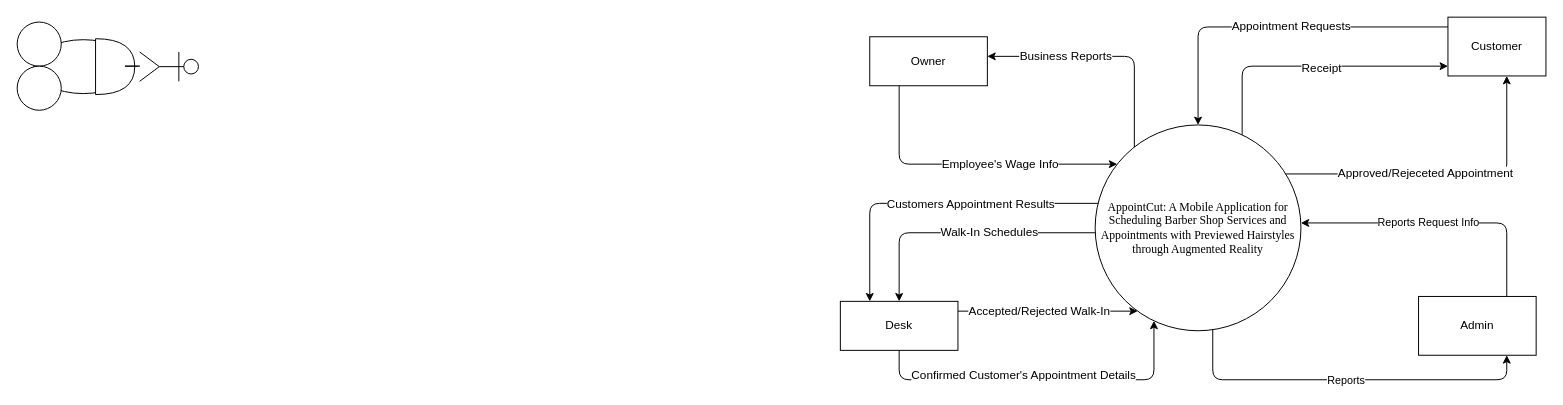
iampotato16/AppointCut keeps this draw.io diagram as page "CFD" (1 of 2) of Diagrams/Context.drawio. Above is the earlier version. Source tidied: cells renumbered, new cells numbered last; positions are measured from the earlier drawing's top-left corner, leaving out a move shared by most shapes. Both pictures are drawn from the tidied source at 98%, with x=0, y=0 at pixel (17, 17).
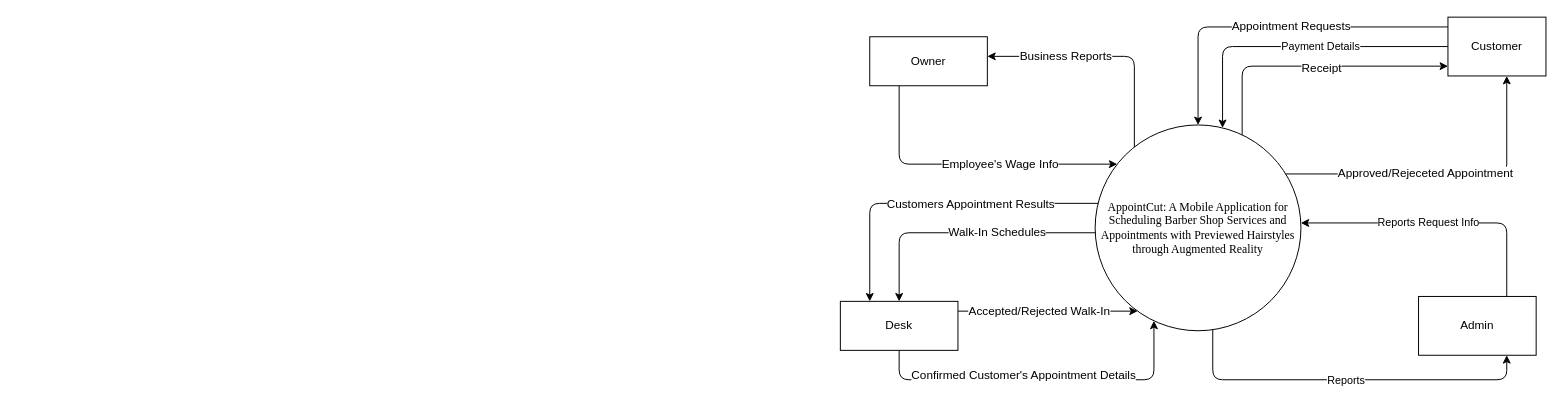
Above is the later version.

Unchanged cells that the change refers to:
```xml
<mxCell id="4" value="&lt;font style=&quot;font-size: 12px&quot;&gt;&lt;span style=&quot;font-family: &amp;quot;times new roman&amp;quot;; background-color: transparent; font-style: normal; font-variant: normal; text-decoration: none; vertical-align: baseline;&quot; id=&quot;docs-internal-guid-279cb4f7-7fff-44b1-516b-acc277abbe0b&quot;&gt;AppointCut: A Mobile Application for Scheduling Barber Shop Services and Appointments with Previewed Hairstyles through Augmented Reality&lt;/span&gt;&lt;/font&gt;" style="ellipse;whiteSpace=wrap;html=1;fillColor=default;strokeColor=default;fontColor=default;" parent="1" vertex="1">
  <mxGeometry x="1100" y="110" width="210" height="210" as="geometry" />
</mxCell>
<mxCell id="5" value="Desk" style="rounded=0;whiteSpace=wrap;html=1;fontSize=12;fillColor=default;strokeColor=default;fontColor=default;" parent="1" vertex="1">
  <mxGeometry x="840" y="290" width="120" height="50" as="geometry" />
</mxCell>
<mxCell id="6" value="Customer" style="rounded=0;whiteSpace=wrap;html=1;fontSize=12;fillColor=default;strokeColor=default;fontColor=default;" parent="1" vertex="1">
  <mxGeometry x="1460" width="100" height="60" as="geometry" />
</mxCell>
```

Diff of the diagram source:
```diff
@@
+    <mxCell id="29" style="edgeStyle=orthogonalEdgeStyle;rounded=1;jettySize=auto;html=1;" parent="1" edge="1" source="6" target="4">
+      <mxGeometry relative="1" as="geometry">
+        <Array as="points">
+          <mxPoint x="1230" y="30" />
+        </Array>
+      </mxGeometry>
+    </mxCell>
+    <mxCell id="30" value="Payment Details" style="edgeLabel;html=1;align=center;verticalAlign=middle;" parent="29" vertex="1">
+      <mxGeometry x="-0.16" y="-1" relative="1" as="geometry" />
+    </mxCell>
@@
     <mxCell id="12" value="Walk-In Schedules" style="endArrow=classic;html=1;rounded=1;fontSize=12;edgeStyle=orthogonalEdgeStyle;strokeColor=default;labelBackgroundColor=default;fontColor=default;" parent="1" edge="1" source="4" target="5">
-      <mxGeometry x="-0.2" relative="1" as="geometry">
+      <mxGeometry x="-0.26" relative="1" as="geometry">
         <Array as="points">
           <mxPoint x="900" y="220" />
         </Array>
       </mxGeometry>
     </mxCell>
@@
-    <mxCell id="17" style="group;" parent="1" vertex="1">
-      <mxGeometry y="5" width="185" height="90" as="geometry" />
-    </mxCell>
-    <mxCell id="18" style="ellipse;whiteSpace=wrap;html=1;direction=south;rotation=90;" parent="17" vertex="1">
-      <mxGeometry x="40" y="-5" width="55" height="101" as="geometry" />
-    </mxCell>
-    <mxCell id="19" style="ellipse;whiteSpace=wrap;html=1;" parent="17" vertex="1">
-      <mxGeometry width="45" height="45" as="geometry" />
-    </mxCell>
-    <mxCell id="20" style="ellipse;whiteSpace=wrap;html=1;" parent="17" vertex="1">
-      <mxGeometry y="45" width="45" height="45" as="geometry" />
-    </mxCell>
-    <mxCell id="21" style="shape=umlActor;verticalLabelPosition=bottom;verticalAlign=top;html=1;rotation=90;" parent="17" vertex="1">
-      <mxGeometry x="140" y="15.5" width="30" height="60" as="geometry" />
-    </mxCell>
-    <mxCell id="22" style="shape=or;whiteSpace=wrap;html=1;" parent="17" vertex="1">
-      <mxGeometry x="80" y="17" width="40" height="57" as="geometry" />
-    </mxCell>
-    <mxCell id="23" style="endArrow=none;html=1;rounded=1;edgeStyle=orthogonalEdgeStyle;" parent="17" edge="1">
-      <mxGeometry relative="1" as="geometry">
-        <mxPoint x="110" y="45" as="sourcePoint" />
-        <mxPoint x="110" y="45" as="targetPoint" />
-        <Array as="points">
-          <mxPoint x="130" y="45" />
-          <mxPoint x="110" y="45" />
-        </Array>
-      </mxGeometry>
-    </mxCell>
```
